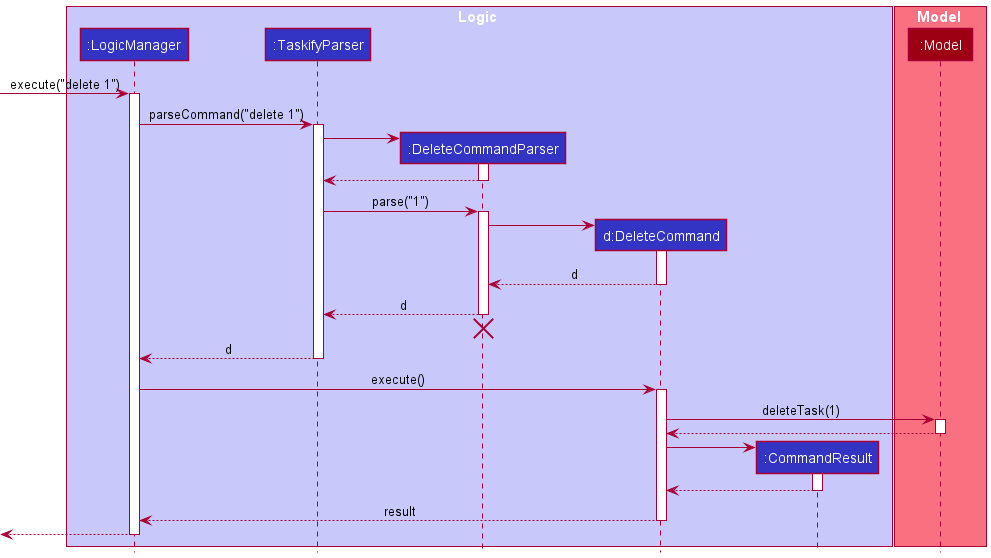
This is docs/images/DeleteSequenceDiagram.png from nus-cs2103-AY2021S2/tp, a PlantUML export, as it was before one commit.
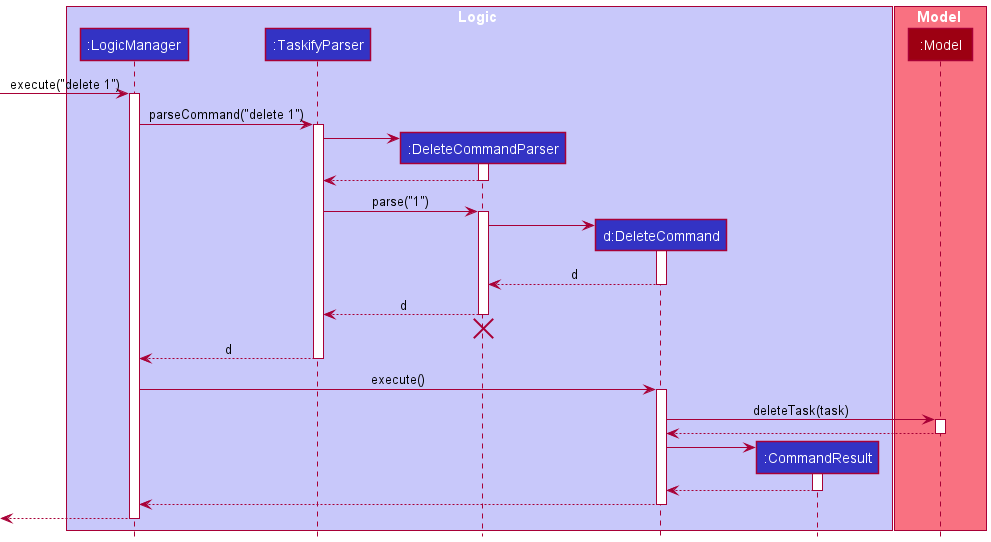
After the change.

Commit message:
edit diagrams including normal delete sequence diagram

What changed in the source:
```diff
@@ -47,7 +47,7 @@
 LogicManager -> DeleteCommand : execute()
 activate DeleteCommand
 
-DeleteCommand -> Model : deleteTask(1)
+DeleteCommand -> Model : deleteTask(task)
 activate Model
 
 Model --> DeleteCommand
@@ -60,7 +60,7 @@
 CommandResult --> DeleteCommand
 deactivate CommandResult
 
-DeleteCommand --> LogicManager : result
+DeleteCommand --> LogicManager
 deactivate DeleteCommand
 
 [<--LogicManager
```
